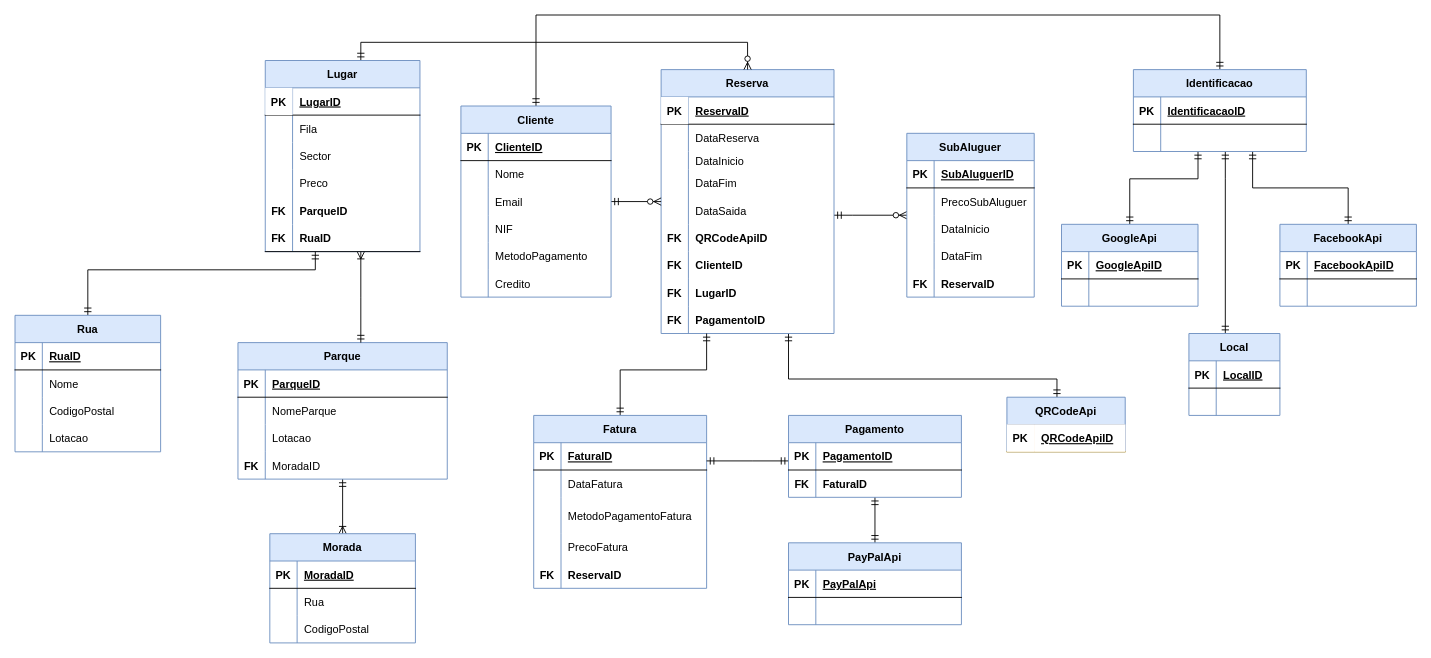
Earlier version of the draw.io diagram ERSmartParkingSprint3.drawio (PauloTor/UPskillDOTNET). Source tidied: cells renumbered, new cells numbered last; positions are measured from the earlier drawing's top-left corner, leaving out a move shared by most shapes. Both pictures are drawn from the tidied source at 91%, with x=0, y=0 at pixel (15, 15).
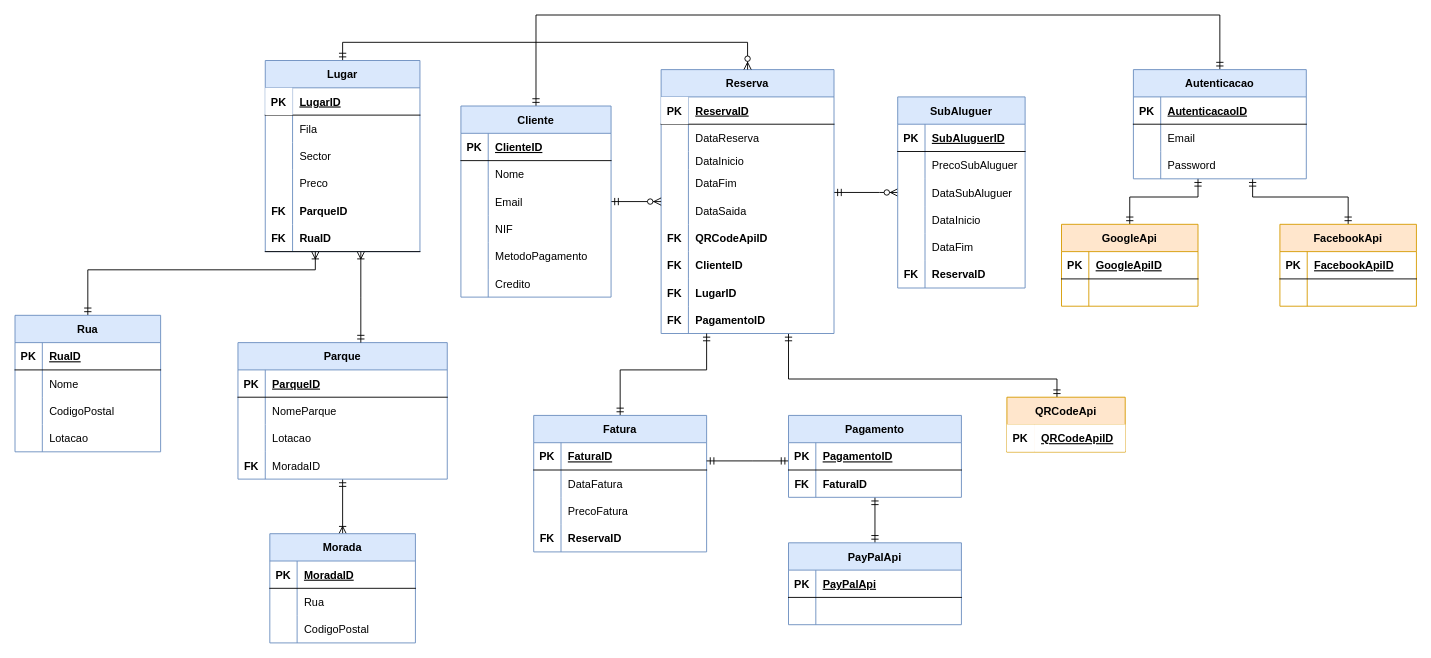
The same diagram, later.

Commit message:
Modelo Relacional update

Unchanged cells that the change refers to:
```xml
<mxCell id="4" value="Reserva" style="shape=table;startSize=30;childLayout=tableLayout;rowLines=0;fontStyle=1;align=center;fillColor=#dae8fc;strokeColor=#6c8ebf;" parent="1" vertex="1">
  <mxGeometry x="710" y="60" width="190" height="290" as="geometry" />
</mxCell>
<mxCell id="48" value="Lugar" style="shape=table;startSize=30;childLayout=tableLayout;rowLines=0;fontStyle=1;align=center;fillColor=#dae8fc;strokeColor=#6c8ebf;" parent="1" vertex="1">
  <mxGeometry x="275" y="50" width="170" height="210" as="geometry" />
</mxCell>
<mxCell id="136" value="Rua" style="shape=table;startSize=30;childLayout=tableLayout;rowLines=0;fontStyle=1;align=center;fillColor=#dae8fc;strokeColor=#6c8ebf;" parent="1" vertex="1">
  <mxGeometry y="330" width="160" height="150" as="geometry" />
</mxCell>
<mxCell id="169" style="shape=partialRectangle;fillColor=none;top=0;left=0;right=0;bottom=1;" parent="168" vertex="1">
  <mxGeometry y="30" width="190" height="30" as="geometry" />
</mxCell>
<mxCell id="172" style="shape=partialRectangle;fillColor=none;top=0;left=0;bottom=0;right=0;" parent="168" vertex="1">
  <mxGeometry y="60" width="190" height="30" as="geometry" />
</mxCell>
```

The edit, as a diff of the source:
```diff
@@
     <mxCell id="2" style="edgeStyle=orthogonalEdgeStyle;rounded=0;jettySize=auto;html=1;startArrow=ERmandOne;startFill=0;endArrow=ERzeroToMany;endFill=1;" parent="1" edge="1" source="4" target="115">
       <mxGeometry relative="1" as="geometry">
         <Array as="points">
-          <mxPoint x="920" y="220" />
-          <mxPoint x="920" y="220" />
+          <mxPoint x="950" y="195" />
+          <mxPoint x="950" y="195" />
         </Array>
       </mxGeometry>
     </mxCell>
@@
     <mxCell id="47" style="edgeStyle=orthogonalEdgeStyle;rounded=0;jettySize=auto;html=1;entryX=0.5;entryY=0;entryDx=0;entryDy=0;startArrow=ERmandOne;startFill=0;endArrow=ERzeroToMany;endFill=1;" parent="1" edge="1" source="48" target="4">
       <mxGeometry relative="1" as="geometry">
         <Array as="points">
-          <mxPoint x="380" y="30" />
+          <mxPoint x="360" y="30" />
           <mxPoint x="805" y="30" />
         </Array>
       </mxGeometry>
     </mxCell>
@@
     <mxCell id="89" value="Fatura" style="shape=table;startSize=30;childLayout=tableLayout;rowLines=0;fontStyle=1;align=center;fillColor=#dae8fc;strokeColor=#6c8ebf;" parent="1" vertex="1">
-      <mxGeometry x="570" y="440" width="190" height="190" as="geometry" />
+      <mxGeometry x="570" y="440" width="190" height="150" as="geometry" />
     </mxCell>
@@
-    <mxCell id="96" style="shape=partialRectangle;fillColor=none;top=0;left=0;right=0;bottom=0;" parent="89" vertex="1">
-      <mxGeometry y="90" width="190" height="40" as="geometry" />
-    </mxCell>
-    <mxCell id="97" style="shape=partialRectangle;overflow=hidden;fillColor=none;top=0;left=0;bottom=0;right=0;" parent="96" vertex="1">
-      <mxGeometry width="30" height="40" as="geometry" />
-    </mxCell>
-    <mxCell id="98" value="MetodoPagamentoFatura" style="shape=partialRectangle;overflow=hidden;fillColor=none;top=0;left=0;bottom=0;right=0;align=left;spacingLeft=6;" parent="96" vertex="1">
-      <mxGeometry x="30" width="160" height="40" as="geometry" />
-    </mxCell>
     <mxCell id="99" style="shape=partialRectangle;fillColor=none;top=0;left=0;bottom=0;right=0;" parent="89" vertex="1">
-      <mxGeometry y="130" width="190" height="30" as="geometry" />
+      <mxGeometry y="90" width="190" height="30" as="geometry" />
     </mxCell>
@@
     <mxCell id="102" style="shape=partialRectangle;fillColor=none;top=0;left=0;bottom=0;right=0;" parent="89" vertex="1">
-      <mxGeometry y="160" width="190" height="30" as="geometry" />
+      <mxGeometry y="120" width="190" height="30" as="geometry" />
     </mxCell>
@@
     <mxCell id="115" value="SubAluguer" style="shape=table;startSize=30;childLayout=tableLayout;rowLines=0;fontStyle=1;align=center;fillColor=#dae8fc;strokeColor=#6c8ebf;" parent="1" vertex="1">
-      <mxGeometry x="980" y="130" width="140" height="180" as="geometry" />
+      <mxGeometry x="970" y="90" width="140" height="210" as="geometry" />
     </mxCell>
@@
+    <mxCell id="196" style="shape=partialRectangle;fillColor=none;top=0;left=0;bottom=0;right=0;" parent="115" vertex="1">
+      <mxGeometry y="90" width="140" height="30" as="geometry" />
+    </mxCell>
+    <mxCell id="197" style="shape=partialRectangle;fillColor=none;top=0;left=0;bottom=0;right=0;fontStyle=0;overflow=hidden;" parent="196" vertex="1">
+      <mxGeometry width="30" height="30" as="geometry" />
+    </mxCell>
+    <mxCell id="198" value="DataSubAluguer" style="shape=partialRectangle;fillColor=none;top=0;left=0;bottom=0;right=0;align=left;spacingLeft=6;fontStyle=0;overflow=hidden;" parent="196" vertex="1">
+      <mxGeometry x="30" width="110" height="30" as="geometry" />
+    </mxCell>
     <mxCell id="122" style="shape=partialRectangle;fillColor=none;top=0;left=0;bottom=0;right=0;" parent="115" vertex="1">
-      <mxGeometry y="90" width="140" height="30" as="geometry" />
+      <mxGeometry y="120" width="140" height="30" as="geometry" />
     </mxCell>
@@
     <mxCell id="125" style="shape=partialRectangle;fillColor=none;top=0;left=0;bottom=0;right=0;" parent="115" vertex="1">
-      <mxGeometry y="120" width="140" height="30" as="geometry" />
+      <mxGeometry y="150" width="140" height="30" as="geometry" />
     </mxCell>
@@
     <mxCell id="128" style="shape=partialRectangle;fillColor=none;top=0;left=0;bottom=0;right=0;" parent="115" vertex="1">
-      <mxGeometry y="150" width="140" height="30" as="geometry" />
+      <mxGeometry y="180" width="140" height="30" as="geometry" />
     </mxCell>
@@
-    <mxCell id="131" value="QRCodeApi" style="shape=table;startSize=30;childLayout=tableLayout;rowLines=0;fontStyle=1;align=center;fillColor=#dae8fc;strokeColor=#6c8ebf;" parent="1" vertex="1">
+    <mxCell id="131" value="QRCodeApi" style="shape=table;startSize=30;childLayout=tableLayout;rowLines=0;fontStyle=1;align=center;fillColor=#ffe6cc;strokeColor=#d79b00;" parent="1" vertex="1">
       <mxGeometry x="1090" y="420" width="130" height="60" as="geometry" />
     </mxCell>
@@
-    <mxCell id="135" style="edgeStyle=orthogonalEdgeStyle;rounded=0;jettySize=auto;html=1;startArrow=ERmandOne;startFill=0;endArrow=ERmandOne;endFill=0;" parent="1" edge="1" source="136" target="48">
+    <mxCell id="135" style="edgeStyle=orthogonalEdgeStyle;rounded=0;jettySize=auto;html=1;startArrow=ERmandOne;startFill=0;endArrow=ERoneToMany;endFill=0;" parent="1" edge="1" source="136" target="48">
       <mxGeometry relative="1" as="geometry">
         <Array as="points">
           <mxPoint x="80" y="280" />
           <mxPoint x="330" y="280" />
         </Array>
       </mxGeometry>
     </mxCell>
@@
     <mxCell id="165" style="edgeStyle=orthogonalEdgeStyle;rounded=0;jettySize=auto;html=1;startArrow=ERmandOne;startFill=0;endArrow=ERmandOne;endFill=0;" parent="1" edge="1" source="168" target="175">
       <mxGeometry relative="1" as="geometry">
         <Array as="points">
-          <mxPoint x="1300" y="180" />
-          <mxPoint x="1225" y="180" />
+          <mxPoint x="1300" y="200" />
+          <mxPoint x="1225" y="200" />
         </Array>
       </mxGeometry>
     </mxCell>
-    <mxCell id="166" style="edgeStyle=orthogonalEdgeStyle;rounded=0;jettySize=auto;html=1;startArrow=ERmandOne;startFill=0;endArrow=ERmandOne;endFill=0;" parent="1" edge="1" source="168" target="189">
-      <mxGeometry relative="1" as="geometry">
-        <Array as="points">
-          <mxPoint x="1330" y="180" />
-          <mxPoint x="1330" y="180" />
-        </Array>
-      </mxGeometry>
-    </mxCell>
     <mxCell id="167" style="edgeStyle=orthogonalEdgeStyle;rounded=0;jettySize=auto;html=1;startArrow=ERmandOne;startFill=0;endArrow=ERmandOne;endFill=0;" parent="1" edge="1" source="168" target="182">
       <mxGeometry relative="1" as="geometry">
         <Array as="points">
-          <mxPoint x="1360" y="190" />
-          <mxPoint x="1465" y="190" />
+          <mxPoint x="1360" y="200" />
+          <mxPoint x="1465" y="200" />
         </Array>
       </mxGeometry>
     </mxCell>
-    <mxCell id="168" value="Identificacao" style="shape=table;startSize=30;childLayout=tableLayout;rowLines=0;fontStyle=1;align=center;fillColor=#dae8fc;strokeColor=#6c8ebf;" parent="1" vertex="1">
-      <mxGeometry x="1229" y="60" width="190" height="90" as="geometry" />
+    <mxCell id="168" value="Autenticacao" style="shape=table;startSize=30;childLayout=tableLayout;rowLines=0;fontStyle=1;align=center;fillColor=#dae8fc;strokeColor=#6c8ebf;" parent="1" vertex="1">
+      <mxGeometry x="1229" y="60" width="190" height="120" as="geometry" />
     </mxCell>
@@
-    <mxCell id="171" value="IdentificacaoID" style="shape=partialRectangle;overflow=hidden;fillColor=none;top=0;left=0;bottom=0;right=0;align=left;spacingLeft=6;fontStyle=5;" parent="169" vertex="1">
+    <mxCell id="171" value="AutenticacaoID" style="shape=partialRectangle;overflow=hidden;fillColor=none;top=0;left=0;bottom=0;right=0;align=left;spacingLeft=6;fontStyle=5;" parent="169" vertex="1">
       <mxGeometry x="30" width="160" height="30" as="geometry" />
     </mxCell>
@@
-    <mxCell id="174" style="shape=partialRectangle;fillColor=none;top=0;left=0;bottom=0;right=0;align=left;spacingLeft=6;fontStyle=1;overflow=hidden;" parent="172" vertex="1">
+    <mxCell id="174" value="Email" style="shape=partialRectangle;fillColor=none;top=0;left=0;bottom=0;right=0;align=left;spacingLeft=6;fontStyle=0;overflow=hidden;" parent="172" vertex="1">
       <mxGeometry x="30" width="160" height="30" as="geometry" />
     </mxCell>
+    <mxCell id="199" style="shape=partialRectangle;fillColor=none;top=0;left=0;bottom=0;right=0;" parent="168" vertex="1">
+      <mxGeometry y="90" width="190" height="30" as="geometry" />
+    </mxCell>
+    <mxCell id="200" style="shape=partialRectangle;fillColor=none;top=0;left=0;bottom=0;right=0;fontStyle=0;overflow=hidden;" parent="199" vertex="1">
+      <mxGeometry width="30" height="30" as="geometry" />
+    </mxCell>
+    <mxCell id="201" value="Password" style="shape=partialRectangle;fillColor=none;top=0;left=0;bottom=0;right=0;align=left;spacingLeft=6;fontStyle=0;overflow=hidden;" parent="199" vertex="1">
+      <mxGeometry x="30" width="160" height="30" as="geometry" />
+    </mxCell>
-    <mxCell id="175" value="GoogleApi" style="shape=table;startSize=30;childLayout=tableLayout;rowLines=0;fontStyle=1;align=center;fillColor=#dae8fc;strokeColor=#6c8ebf;" parent="1" vertex="1">
+    <mxCell id="175" value="GoogleApi" style="shape=table;startSize=30;childLayout=tableLayout;rowLines=0;fontStyle=1;align=center;fillColor=#ffe6cc;strokeColor=#d79b00;" parent="1" vertex="1">
       <mxGeometry x="1150" y="230" width="150" height="90" as="geometry" />
     </mxCell>
@@
-    <mxCell id="182" value="FacebookApi" style="shape=table;startSize=30;childLayout=tableLayout;rowLines=0;fontStyle=1;align=center;fillColor=#dae8fc;strokeColor=#6c8ebf;" parent="1" vertex="1">
+    <mxCell id="182" value="FacebookApi" style="shape=table;startSize=30;childLayout=tableLayout;rowLines=0;fontStyle=1;align=center;fillColor=#ffe6cc;strokeColor=#d79b00;" parent="1" vertex="1">
       <mxGeometry x="1390" y="230" width="150" height="90" as="geometry" />
     </mxCell>
@@
-    <mxCell id="189" value="Local" style="shape=table;startSize=30;childLayout=tableLayout;rowLines=0;fontStyle=1;align=center;fillColor=#dae8fc;strokeColor=#6c8ebf;" parent="1" vertex="1">
-      <mxGeometry x="1290" y="350" width="100" height="90" as="geometry" />
-    </mxCell>
-    <mxCell id="190" style="shape=partialRectangle;fillColor=none;top=0;left=0;right=0;bottom=1;" parent="189" vertex="1">
-      <mxGeometry y="30" width="100" height="30" as="geometry" />
-    </mxCell>
-    <mxCell id="191" value="PK" style="shape=partialRectangle;overflow=hidden;fillColor=none;top=0;left=0;bottom=0;right=0;fontStyle=1;" parent="190" vertex="1">
-      <mxGeometry width="30" height="30" as="geometry" />
-    </mxCell>
-    <mxCell id="192" value="LocalID" style="shape=partialRectangle;overflow=hidden;fillColor=none;top=0;left=0;bottom=0;right=0;align=left;spacingLeft=6;fontStyle=5;" parent="190" vertex="1">
-      <mxGeometry x="30" width="70" height="30" as="geometry" />
-    </mxCell>
-    <mxCell id="193" style="shape=partialRectangle;fillColor=none;top=0;left=0;bottom=0;right=0;" parent="189" vertex="1">
-      <mxGeometry y="60" width="100" height="30" as="geometry" />
-    </mxCell>
-    <mxCell id="194" style="shape=partialRectangle;fillColor=none;top=0;left=0;bottom=0;right=0;overflow=hidden;" parent="193" vertex="1">
-      <mxGeometry width="30" height="30" as="geometry" />
-    </mxCell>
-    <mxCell id="195" style="shape=partialRectangle;fillColor=none;top=0;left=0;bottom=0;right=0;align=left;spacingLeft=6;overflow=hidden;" parent="193" vertex="1">
-      <mxGeometry x="30" width="70" height="30" as="geometry" />
-    </mxCell>
```
